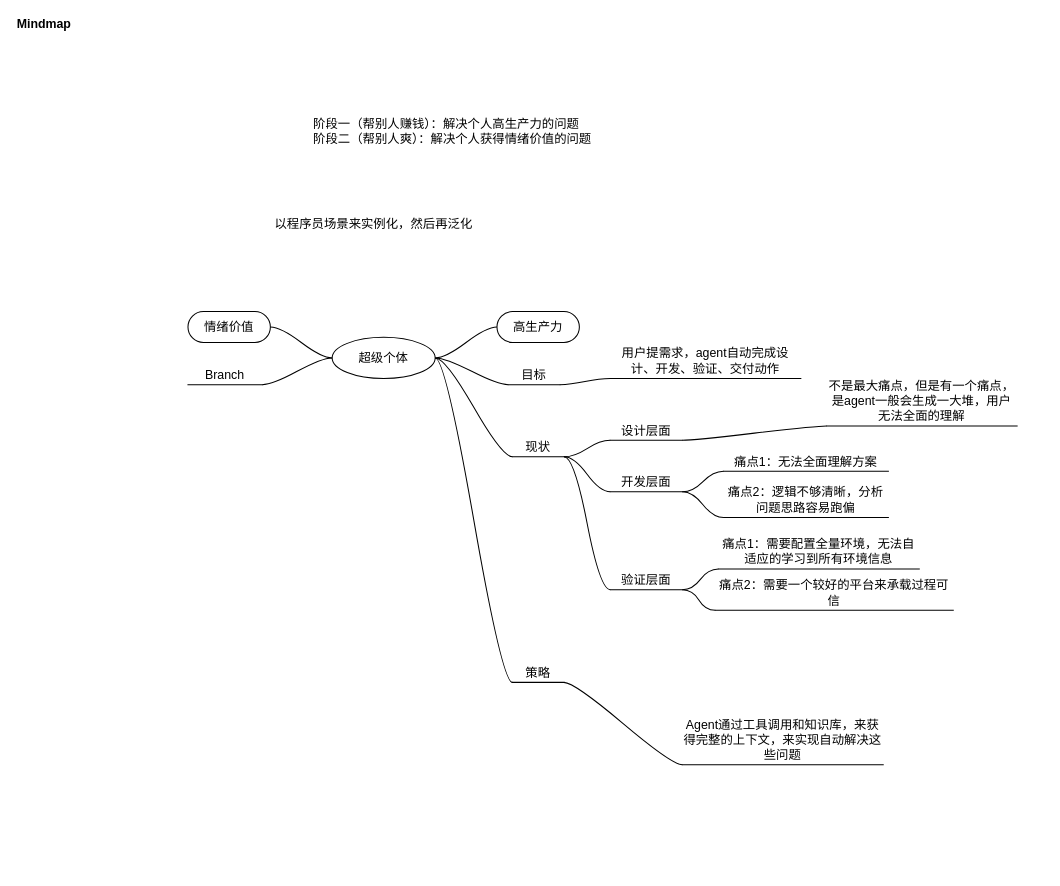
coo-2022/awsome-ai-infra keeps this draw.io diagram as 超级个体.drawio. Above is the earlier version. Source tidied: cells renumbered, new cells numbered last; positions are measured from the earlier drawing's top-left corner, leaving out a move shared by most shapes. Both pictures are drawn from the tidied source at 103%, with x=0, y=0 at pixel (43, 23).
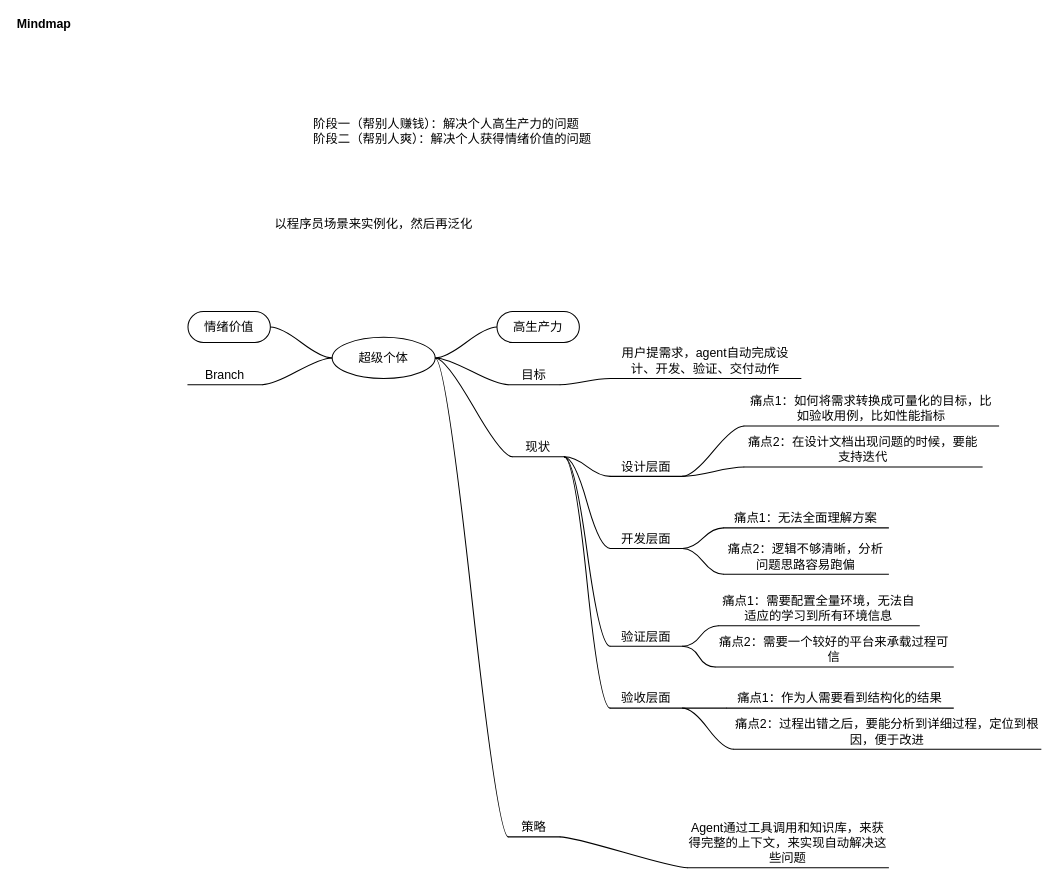
The same page after the edit.

The change refers to these unchanged cells:
```xml
<mxCell id="2" value="Mindmap" style="swimlane;startSize=20;horizontal=1;containerType=tree;transparentBounds=1;groupPadding=20;" parent="1" vertex="1">
  <mxGeometry as="geometry" />
</mxCell>
<mxCell id="17" value="现状" style="whiteSpace=wrap;html=1;shape=partialRectangle;top=0;left=0;bottom=1;right=0;points=[[0,1],[1,1]];fillColor=none;align=center;verticalAlign=bottom;routingCenterY=0.5;snapToPoint=1;newEdgeStyle={&quot;edgeStyle&quot;:&quot;entityRelationEdgeStyle&quot;,&quot;startArrow&quot;:&quot;none&quot;,&quot;endArrow&quot;:&quot;none&quot;,&quot;segment&quot;:10,&quot;curved&quot;:1,&quot;sourcePerimeterSpacing&quot;:0,&quot;targetPerimeterSpacing&quot;:0};" parent="2" vertex="1">
  <mxGeometry x="455" y="391" width="50" height="30" as="geometry" />
</mxCell>
```

The edit, as a diff of the source:
```diff
@@
     <mxCell id="15" value="策略" style="whiteSpace=wrap;html=1;shape=partialRectangle;top=0;left=0;bottom=1;right=0;points=[[0,1],[1,1]];fillColor=none;align=center;verticalAlign=bottom;routingCenterY=0.5;snapToPoint=1;newEdgeStyle={&quot;edgeStyle&quot;:&quot;entityRelationEdgeStyle&quot;,&quot;startArrow&quot;:&quot;none&quot;,&quot;endArrow&quot;:&quot;none&quot;,&quot;segment&quot;:10,&quot;curved&quot;:1,&quot;sourcePerimeterSpacing&quot;:0,&quot;targetPerimeterSpacing&quot;:0};" parent="2" vertex="1">
-      <mxGeometry x="455" y="610" width="50" height="30" as="geometry" />
+      <mxGeometry x="451" y="760" width="50" height="30" as="geometry" />
     </mxCell>
@@
     <mxCell id="19" value="Agent通过工具调用和知识库，来获得完整的上下文，来实现自动解决这些问题" style="whiteSpace=wrap;html=1;shape=partialRectangle;top=0;left=0;bottom=1;right=0;points=[[0,1],[1,1]];fillColor=none;align=center;verticalAlign=bottom;routingCenterY=0.5;snapToPoint=1;newEdgeStyle={&quot;edgeStyle&quot;:&quot;entityRelationEdgeStyle&quot;,&quot;startArrow&quot;:&quot;none&quot;,&quot;endArrow&quot;:&quot;none&quot;,&quot;segment&quot;:10,&quot;curved&quot;:1,&quot;sourcePerimeterSpacing&quot;:0,&quot;targetPerimeterSpacing&quot;:0};" parent="2" vertex="1">
-      <mxGeometry x="620" y="690" width="195" height="30" as="geometry" />
+      <mxGeometry x="625" y="790" width="195" height="30" as="geometry" />
     </mxCell>
@@
     <mxCell id="21" value="设计层面" style="whiteSpace=wrap;html=1;shape=partialRectangle;top=0;left=0;bottom=1;right=0;points=[[0,1],[1,1]];fillColor=none;align=center;verticalAlign=bottom;routingCenterY=0.5;snapToPoint=1;newEdgeStyle={&quot;edgeStyle&quot;:&quot;entityRelationEdgeStyle&quot;,&quot;startArrow&quot;:&quot;none&quot;,&quot;endArrow&quot;:&quot;none&quot;,&quot;segment&quot;:10,&quot;curved&quot;:1,&quot;sourcePerimeterSpacing&quot;:0,&quot;targetPerimeterSpacing&quot;:0};" parent="2" vertex="1">
-      <mxGeometry x="550" y="375" width="70" height="30" as="geometry" />
+      <mxGeometry x="550" y="410" width="70" height="30" as="geometry" />
     </mxCell>
@@
-    <mxCell id="23" value="不是最大痛点，但是有一个痛点，是agent一般会生成一大堆，用户无法全面的理解" style="whiteSpace=wrap;html=1;shape=partialRectangle;top=0;left=0;bottom=1;right=0;points=[[0,1],[1,1]];fillColor=none;align=center;verticalAlign=bottom;routingCenterY=0.5;snapToPoint=1;newEdgeStyle={&quot;edgeStyle&quot;:&quot;entityRelationEdgeStyle&quot;,&quot;startArrow&quot;:&quot;none&quot;,&quot;endArrow&quot;:&quot;none&quot;,&quot;segment&quot;:10,&quot;curved&quot;:1,&quot;sourcePerimeterSpacing&quot;:0,&quot;targetPerimeterSpacing&quot;:0};" parent="2" vertex="1">
-      <mxGeometry x="760" y="361" width="185" height="30" as="geometry" />
+    <mxCell id="23" value="痛点1：如何将需求转换成可量化的目标，比如验收用例，比如性能指标" style="whiteSpace=wrap;html=1;shape=partialRectangle;top=0;left=0;bottom=1;right=0;points=[[0,1],[1,1]];fillColor=none;align=center;verticalAlign=bottom;routingCenterY=0.5;snapToPoint=1;newEdgeStyle={&quot;edgeStyle&quot;:&quot;entityRelationEdgeStyle&quot;,&quot;startArrow&quot;:&quot;none&quot;,&quot;endArrow&quot;:&quot;none&quot;,&quot;segment&quot;:10,&quot;curved&quot;:1,&quot;sourcePerimeterSpacing&quot;:0,&quot;targetPerimeterSpacing&quot;:0};" parent="2" vertex="1">
+      <mxGeometry x="680" y="361" width="247" height="30" as="geometry" />
     </mxCell>
@@
     <mxCell id="25" value="开发层面" style="whiteSpace=wrap;html=1;shape=partialRectangle;top=0;left=0;bottom=1;right=0;points=[[0,1],[1,1]];fillColor=none;align=center;verticalAlign=bottom;routingCenterY=0.5;snapToPoint=1;newEdgeStyle={&quot;edgeStyle&quot;:&quot;entityRelationEdgeStyle&quot;,&quot;startArrow&quot;:&quot;none&quot;,&quot;endArrow&quot;:&quot;none&quot;,&quot;segment&quot;:10,&quot;curved&quot;:1,&quot;sourcePerimeterSpacing&quot;:0,&quot;targetPerimeterSpacing&quot;:0};" parent="2" vertex="1">
-      <mxGeometry x="550" y="425" width="70" height="30" as="geometry" />
+      <mxGeometry x="550" y="480" width="70" height="30" as="geometry" />
     </mxCell>
@@
     <mxCell id="27" value="痛点1：无法全面理解方案" style="whiteSpace=wrap;html=1;shape=partialRectangle;top=0;left=0;bottom=1;right=0;points=[[0,1],[1,1]];fillColor=none;align=center;verticalAlign=bottom;routingCenterY=0.5;snapToPoint=1;newEdgeStyle={&quot;edgeStyle&quot;:&quot;entityRelationEdgeStyle&quot;,&quot;startArrow&quot;:&quot;none&quot;,&quot;endArrow&quot;:&quot;none&quot;,&quot;segment&quot;:10,&quot;curved&quot;:1,&quot;sourcePerimeterSpacing&quot;:0,&quot;targetPerimeterSpacing&quot;:0};" parent="2" vertex="1">
-      <mxGeometry x="660" y="405" width="160" height="30" as="geometry" />
+      <mxGeometry x="660" y="460" width="160" height="30" as="geometry" />
     </mxCell>
@@
     <mxCell id="29" value="痛点2：逻辑不够清晰，分析问题思路容易跑偏" style="whiteSpace=wrap;html=1;shape=partialRectangle;top=0;left=0;bottom=1;right=0;points=[[0,1],[1,1]];fillColor=none;align=center;verticalAlign=bottom;routingCenterY=0.5;snapToPoint=1;newEdgeStyle={&quot;edgeStyle&quot;:&quot;entityRelationEdgeStyle&quot;,&quot;startArrow&quot;:&quot;none&quot;,&quot;endArrow&quot;:&quot;none&quot;,&quot;segment&quot;:10,&quot;curved&quot;:1,&quot;sourcePerimeterSpacing&quot;:0,&quot;targetPerimeterSpacing&quot;:0};" parent="2" vertex="1">
-      <mxGeometry x="660" y="450" width="160" height="30" as="geometry" />
+      <mxGeometry x="660" y="505" width="160" height="30" as="geometry" />
     </mxCell>
@@
     <mxCell id="31" value="验证层面" style="whiteSpace=wrap;html=1;shape=partialRectangle;top=0;left=0;bottom=1;right=0;points=[[0,1],[1,1]];fillColor=none;align=center;verticalAlign=bottom;routingCenterY=0.5;snapToPoint=1;newEdgeStyle={&quot;edgeStyle&quot;:&quot;entityRelationEdgeStyle&quot;,&quot;startArrow&quot;:&quot;none&quot;,&quot;endArrow&quot;:&quot;none&quot;,&quot;segment&quot;:10,&quot;curved&quot;:1,&quot;sourcePerimeterSpacing&quot;:0,&quot;targetPerimeterSpacing&quot;:0};" parent="2" vertex="1">
-      <mxGeometry x="550" y="520" width="70" height="30" as="geometry" />
+      <mxGeometry x="550" y="575" width="70" height="30" as="geometry" />
     </mxCell>
@@
     <mxCell id="33" value="痛点1：需要配置全量环境，无法自适应的学习到所有环境信息" style="whiteSpace=wrap;html=1;shape=partialRectangle;top=0;left=0;bottom=1;right=0;points=[[0,1],[1,1]];fillColor=none;align=center;verticalAlign=bottom;routingCenterY=0.5;snapToPoint=1;newEdgeStyle={&quot;edgeStyle&quot;:&quot;entityRelationEdgeStyle&quot;,&quot;startArrow&quot;:&quot;none&quot;,&quot;endArrow&quot;:&quot;none&quot;,&quot;segment&quot;:10,&quot;curved&quot;:1,&quot;sourcePerimeterSpacing&quot;:0,&quot;targetPerimeterSpacing&quot;:0};" parent="2" vertex="1">
-      <mxGeometry x="655" y="500" width="195" height="30" as="geometry" />
+      <mxGeometry x="655" y="555" width="195" height="30" as="geometry" />
     </mxCell>
@@
     <mxCell id="35" value="痛点2：需要一个较好的平台来承载过程可信" style="whiteSpace=wrap;html=1;shape=partialRectangle;top=0;left=0;bottom=1;right=0;points=[[0,1],[1,1]];fillColor=none;align=center;verticalAlign=bottom;routingCenterY=0.5;snapToPoint=1;newEdgeStyle={&quot;edgeStyle&quot;:&quot;entityRelationEdgeStyle&quot;,&quot;startArrow&quot;:&quot;none&quot;,&quot;endArrow&quot;:&quot;none&quot;,&quot;segment&quot;:10,&quot;curved&quot;:1,&quot;sourcePerimeterSpacing&quot;:0,&quot;targetPerimeterSpacing&quot;:0};" parent="2" vertex="1">
-      <mxGeometry x="652" y="540" width="231" height="30" as="geometry" />
+      <mxGeometry x="652" y="595" width="231" height="30" as="geometry" />
     </mxCell>
+    <mxCell id="38" style="edgeStyle=entityRelationEdgeStyle;startArrow=none;endArrow=none;segment=10;curved=1;sourcePerimeterSpacing=0;targetPerimeterSpacing=0;rounded=0;" parent="2" edge="1" source="17" target="39">
+      <mxGeometry relative="1" as="geometry" />
+    </mxCell>
+    <mxCell id="39" value="验收层面" style="whiteSpace=wrap;html=1;shape=partialRectangle;top=0;left=0;bottom=1;right=0;points=[[0,1],[1,1]];fillColor=none;align=center;verticalAlign=bottom;routingCenterY=0.5;snapToPoint=1;newEdgeStyle={&quot;edgeStyle&quot;:&quot;entityRelationEdgeStyle&quot;,&quot;startArrow&quot;:&quot;none&quot;,&quot;endArrow&quot;:&quot;none&quot;,&quot;segment&quot;:10,&quot;curved&quot;:1,&quot;sourcePerimeterSpacing&quot;:0,&quot;targetPerimeterSpacing&quot;:0};" parent="2" vertex="1">
+      <mxGeometry x="550" y="635" width="70" height="30" as="geometry" />
+    </mxCell>
+    <mxCell id="40" style="edgeStyle=entityRelationEdgeStyle;startArrow=none;endArrow=none;segment=10;curved=1;sourcePerimeterSpacing=0;targetPerimeterSpacing=0;rounded=0;" parent="2" edge="1" source="39" target="41">
+      <mxGeometry relative="1" as="geometry" />
+    </mxCell>
+    <mxCell id="41" value="痛点1：作为人需要看到结构化的结果" style="whiteSpace=wrap;html=1;shape=partialRectangle;top=0;left=0;bottom=1;right=0;points=[[0,1],[1,1]];fillColor=none;align=center;verticalAlign=bottom;routingCenterY=0.5;snapToPoint=1;newEdgeStyle={&quot;edgeStyle&quot;:&quot;entityRelationEdgeStyle&quot;,&quot;startArrow&quot;:&quot;none&quot;,&quot;endArrow&quot;:&quot;none&quot;,&quot;segment&quot;:10,&quot;curved&quot;:1,&quot;sourcePerimeterSpacing&quot;:0,&quot;targetPerimeterSpacing&quot;:0};" parent="2" vertex="1">
+      <mxGeometry x="663" y="635" width="220" height="30" as="geometry" />
+    </mxCell>
+    <mxCell id="42" style="edgeStyle=entityRelationEdgeStyle;startArrow=none;endArrow=none;segment=10;curved=1;sourcePerimeterSpacing=0;targetPerimeterSpacing=0;rounded=0;" parent="2" edge="1" source="39" target="43">
+      <mxGeometry relative="1" as="geometry" />
+    </mxCell>
+    <mxCell id="43" value="痛点2：过程出错之后，要能分析到详细过程，定位到根因，便于改进" style="whiteSpace=wrap;html=1;shape=partialRectangle;top=0;left=0;bottom=1;right=0;points=[[0,1],[1,1]];fillColor=none;align=center;verticalAlign=bottom;routingCenterY=0.5;snapToPoint=1;newEdgeStyle={&quot;edgeStyle&quot;:&quot;entityRelationEdgeStyle&quot;,&quot;startArrow&quot;:&quot;none&quot;,&quot;endArrow&quot;:&quot;none&quot;,&quot;segment&quot;:10,&quot;curved&quot;:1,&quot;sourcePerimeterSpacing&quot;:0,&quot;targetPerimeterSpacing&quot;:0};" parent="2" vertex="1">
+      <mxGeometry x="670" y="675" width="298" height="30" as="geometry" />
+    </mxCell>
+    <mxCell id="44" style="edgeStyle=entityRelationEdgeStyle;startArrow=none;endArrow=none;segment=10;curved=1;sourcePerimeterSpacing=0;targetPerimeterSpacing=0;rounded=0;" parent="2" edge="1" source="21" target="45">
+      <mxGeometry relative="1" as="geometry" />
+    </mxCell>
+    <mxCell id="45" value="痛点2：在设计文档出现问题的时候，要能支持迭代" style="whiteSpace=wrap;html=1;shape=partialRectangle;top=0;left=0;bottom=1;right=0;points=[[0,1],[1,1]];fillColor=none;align=center;verticalAlign=bottom;routingCenterY=0.5;snapToPoint=1;newEdgeStyle={&quot;edgeStyle&quot;:&quot;entityRelationEdgeStyle&quot;,&quot;startArrow&quot;:&quot;none&quot;,&quot;endArrow&quot;:&quot;none&quot;,&quot;segment&quot;:10,&quot;curved&quot;:1,&quot;sourcePerimeterSpacing&quot;:0,&quot;targetPerimeterSpacing&quot;:0};" parent="2" vertex="1">
+      <mxGeometry x="680" y="401" width="231" height="30" as="geometry" />
+    </mxCell>
```
